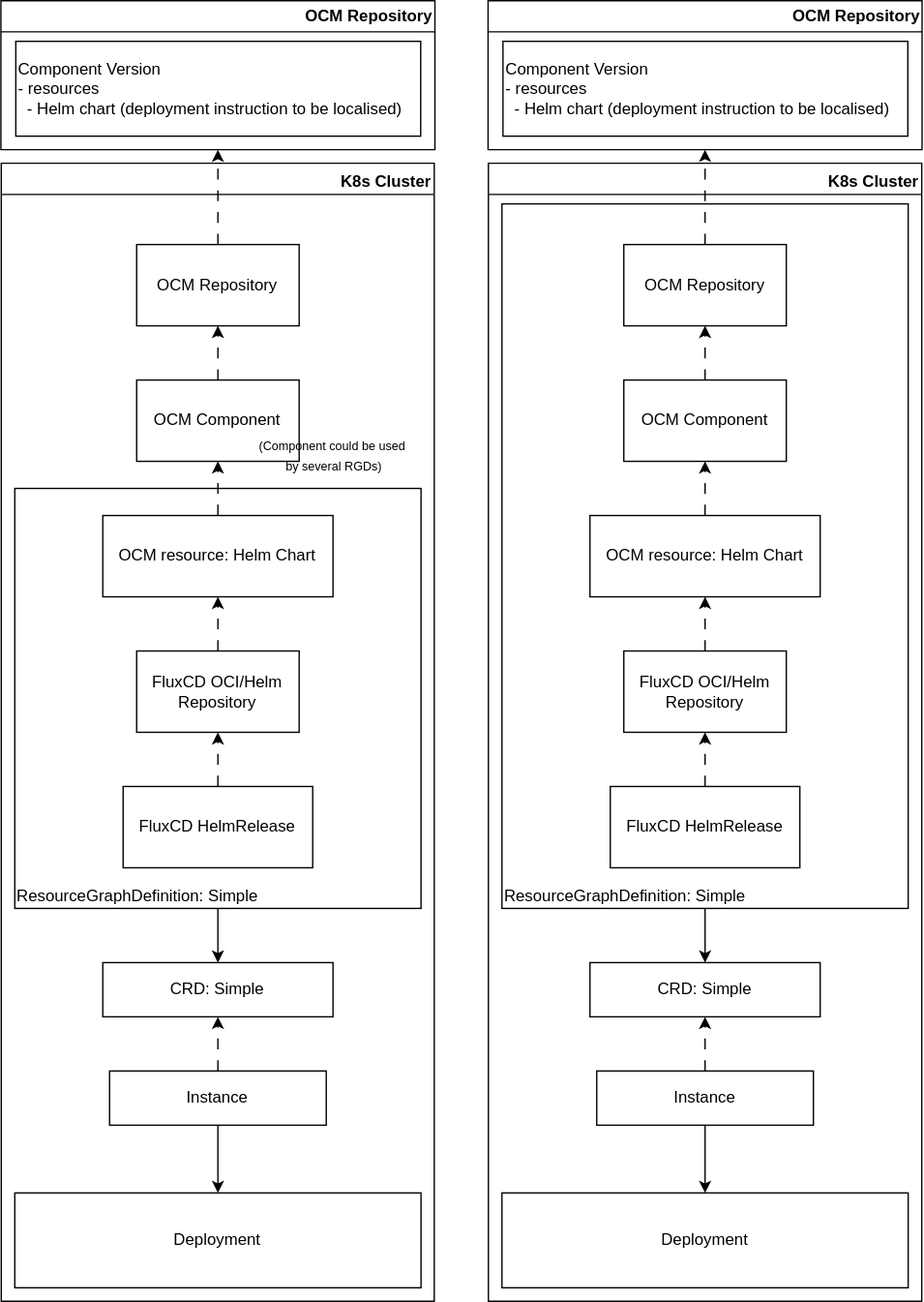
This is docs/assets/ocm-controller-deployer.svg from open-component-model/ocm-k8s-toolkit, a draw.io export, as it was before one commit. Source tidied: cells renumbered, new cells last; positions are measured from the earlier drawing's top-left corner, leaving out a move shared by most shapes.
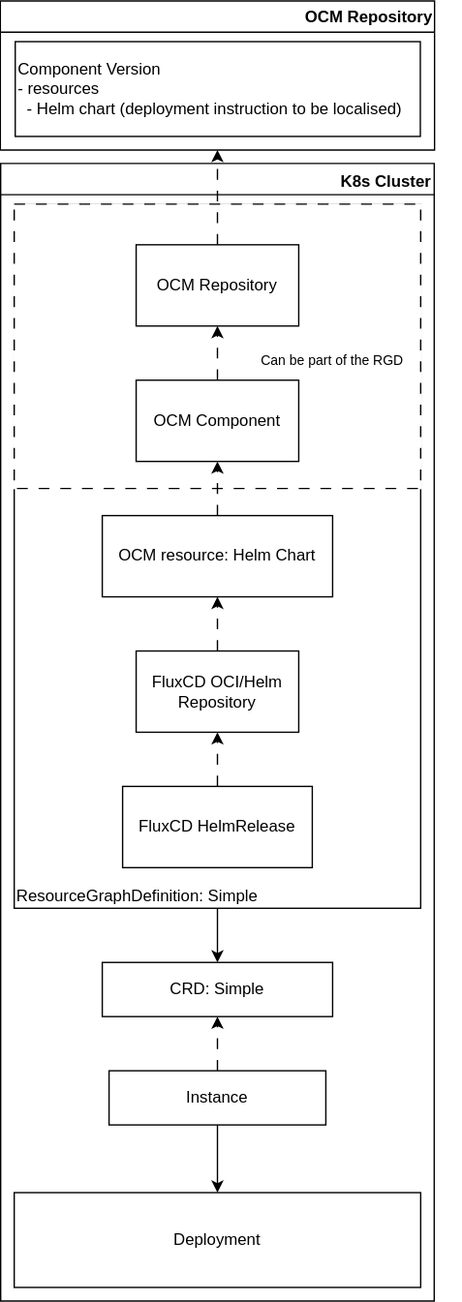
Above is the later version.

Commit message:
simplify simple use case diagram

Change to the diagram source:
```diff
@@ -38,9 +38,6 @@
     <mxCell id="11" value="FluxCD HelmRelease" style="rounded=0;whiteSpace=wrap;html=1;" parent="4" vertex="1">
       <mxGeometry x="90" y="460" width="140" height="60" as="geometry" />
     </mxCell>
-    <mxCell id="12" style="edgeStyle=orthogonalEdgeStyle;rounded=0;jettySize=auto;html=1;entryX=0.5;entryY=1;entryDx=0;entryDy=0;dashed=1;dashPattern=8 8;" parent="4" edge="1" source="13" target="21">
-      <mxGeometry relative="1" as="geometry" />
-    </mxCell>
     <mxCell id="13" value="OCM resource: Helm Chart" style="rounded=0;whiteSpace=wrap;html=1;" parent="4" vertex="1">
       <mxGeometry x="75" y="260" width="170" height="60" as="geometry" />
     </mxCell>
@@ -59,6 +56,12 @@
     <mxCell id="18" value="Instance" style="rounded=0;whiteSpace=wrap;html=1;" parent="4" vertex="1">
       <mxGeometry x="80" y="670" width="160" height="40" as="geometry" />
     </mxCell>
+    <mxCell id="45" style="rounded=0;whiteSpace=wrap;html=1;strokeColor=light-dark(#ffffff, #ededed);" parent="4" vertex="1">
+      <mxGeometry x="10" y="30" width="300" height="210" as="geometry" />
+    </mxCell>
+    <mxCell id="46" style="rounded=0;whiteSpace=wrap;html=1;dashed=1;dashPattern=8 8;" parent="4" vertex="1">
+      <mxGeometry x="10" y="30" width="300" height="210" as="geometry" />
+    </mxCell>
     <mxCell id="19" value="OCM Repository" style="rounded=0;whiteSpace=wrap;html=1;" parent="4" vertex="1">
       <mxGeometry x="100" y="60" width="120" height="60" as="geometry" />
     </mxCell>
@@ -68,80 +71,14 @@
     <mxCell id="21" value="OCM Component" style="rounded=0;whiteSpace=wrap;html=1;" parent="4" vertex="1">
       <mxGeometry x="100" y="160" width="120" height="60" as="geometry" />
     </mxCell>
+    <mxCell id="12" style="edgeStyle=orthogonalEdgeStyle;rounded=0;jettySize=auto;html=1;entryX=0.5;entryY=1;entryDx=0;entryDy=0;dashed=1;dashPattern=8 8;" parent="4" edge="1" source="13" target="21">
+      <mxGeometry relative="1" as="geometry" />
+    </mxCell>
+    <mxCell id="43" value="&lt;font size=&quot;1&quot;&gt;Can be part of the RGD&lt;/font&gt;" style="text;html=1;align=center;verticalAlign=middle;whiteSpace=wrap;rounded=0;" parent="4" vertex="1">
+      <mxGeometry x="150" y="130" width="189.8" height="30" as="geometry" />
+    </mxCell>
     <mxCell id="22" style="edgeStyle=orthogonalEdgeStyle;rounded=0;jettySize=auto;html=1;entryX=0.5;entryY=1;entryDx=0;entryDy=0;dashed=1;dashPattern=8 8;" parent="1" edge="1" source="19" target="2">
       <mxGeometry relative="1" as="geometry" />
     </mxCell>
-    <mxCell id="23" value="OCM Repository" style="swimlane;whiteSpace=wrap;html=1;align=right;" parent="1" vertex="1">
-      <mxGeometry width="320.5" height="110" as="geometry" />
-    </mxCell>
-    <mxCell id="24" value="&lt;div&gt;Component Version&lt;/div&gt;&lt;div&gt;- resources&lt;/div&gt;&lt;div&gt;&amp;nbsp; - Helm chart (deployment instruction to be localised)&lt;/div&gt;" style="rounded=0;whiteSpace=wrap;html=1;align=left;" parent="23" vertex="1">
-      <mxGeometry x="11" y="30" width="299" height="70" as="geometry" />
-    </mxCell>
-    <mxCell id="25" value="K8s Cluster" style="swimlane;whiteSpace=wrap;html=1;verticalAlign=bottom;align=right;" parent="1" vertex="1">
-      <mxGeometry x="0.2" y="120" width="319.8" height="840" as="geometry" />
-    </mxCell>
-    <mxCell id="26" style="edgeStyle=orthogonalEdgeStyle;rounded=0;jettySize=auto;html=1;" parent="25" edge="1" target="28">
-      <mxGeometry relative="1" as="geometry">
-        <mxPoint x="155" y="470" as="sourcePoint" />
-        <Array as="points">
-          <mxPoint x="200" y="470" />
-          <mxPoint x="200" y="340" />
-        </Array>
-      </mxGeometry>
-    </mxCell>
-    <mxCell id="27" style="edgeStyle=orthogonalEdgeStyle;rounded=0;jettySize=auto;html=1;" parent="25" edge="1" source="28" target="35">
-      <mxGeometry relative="1" as="geometry" />
-    </mxCell>
-    <mxCell id="28" value="ResourceGraphDefinition: Simple" style="rounded=0;whiteSpace=wrap;html=1;align=left;verticalAlign=bottom;" parent="25" vertex="1">
-      <mxGeometry x="10" y="240" width="300" height="310" as="geometry" />
-    </mxCell>
-    <mxCell id="29" style="edgeStyle=orthogonalEdgeStyle;rounded=0;jettySize=auto;html=1;dashed=1;dashPattern=8 8;" parent="25" edge="1" source="30" target="34">
-      <mxGeometry relative="1" as="geometry" />
-    </mxCell>
-    <mxCell id="30" value="FluxCD OCI/Helm Repository" style="rounded=0;whiteSpace=wrap;html=1;" parent="25" vertex="1">
-      <mxGeometry x="100" y="360" width="120" height="60" as="geometry" />
-    </mxCell>
-    <mxCell id="31" style="edgeStyle=orthogonalEdgeStyle;rounded=0;jettySize=auto;html=1;exitX=0.5;exitY=0;exitDx=0;exitDy=0;dashed=1;dashPattern=8 8;" parent="25" edge="1" source="32" target="30">
-      <mxGeometry relative="1" as="geometry" />
-    </mxCell>
-    <mxCell id="32" value="FluxCD HelmRelease" style="rounded=0;whiteSpace=wrap;html=1;" parent="25" vertex="1">
-      <mxGeometry x="90" y="460" width="140" height="60" as="geometry" />
-    </mxCell>
-    <mxCell id="33" style="edgeStyle=orthogonalEdgeStyle;rounded=0;jettySize=auto;html=1;entryX=0.5;entryY=1;entryDx=0;entryDy=0;dashed=1;dashPattern=8 8;" parent="25" edge="1" source="34" target="42">
-      <mxGeometry relative="1" as="geometry" />
-    </mxCell>
-    <mxCell id="34" value="OCM resource: Helm Chart" style="rounded=0;whiteSpace=wrap;html=1;" parent="25" vertex="1">
-      <mxGeometry x="75" y="260" width="170" height="60" as="geometry" />
-    </mxCell>
-    <mxCell id="35" value="CRD: Simple" style="rounded=0;whiteSpace=wrap;html=1;" parent="25" vertex="1">
-      <mxGeometry x="75" y="590" width="170" height="40" as="geometry" />
-    </mxCell>
-    <mxCell id="36" value="Deployment" style="rounded=0;whiteSpace=wrap;html=1;" parent="25" vertex="1">
-      <mxGeometry x="10" y="760" width="300" height="70" as="geometry" />
-    </mxCell>
-    <mxCell id="37" style="edgeStyle=orthogonalEdgeStyle;rounded=0;jettySize=auto;html=1;entryX=0.5;entryY=0;entryDx=0;entryDy=0;" parent="25" edge="1" source="39" target="36">
-      <mxGeometry relative="1" as="geometry" />
-    </mxCell>
-    <mxCell id="38" style="edgeStyle=orthogonalEdgeStyle;rounded=0;jettySize=auto;html=1;entryX=0.5;entryY=1;entryDx=0;entryDy=0;dashed=1;dashPattern=8 8;" parent="25" edge="1" source="39" target="35">
-      <mxGeometry relative="1" as="geometry" />
-    </mxCell>
-    <mxCell id="39" value="Instance" style="rounded=0;whiteSpace=wrap;html=1;" parent="25" vertex="1">
-      <mxGeometry x="80" y="670" width="160" height="40" as="geometry" />
-    </mxCell>
-    <mxCell id="40" value="OCM Repository" style="rounded=0;whiteSpace=wrap;html=1;" parent="25" vertex="1">
-      <mxGeometry x="100" y="60" width="120" height="60" as="geometry" />
-    </mxCell>
-    <mxCell id="41" style="edgeStyle=orthogonalEdgeStyle;rounded=0;jettySize=auto;html=1;dashed=1;dashPattern=8 8;" parent="25" edge="1" source="42" target="40">
-      <mxGeometry relative="1" as="geometry" />
-    </mxCell>
-    <mxCell id="42" value="OCM Component" style="rounded=0;whiteSpace=wrap;html=1;" parent="25" vertex="1">
-      <mxGeometry x="100" y="160" width="120" height="60" as="geometry" />
-    </mxCell>
-    <mxCell id="43" value="&lt;font style=&quot;font-size: 9px;&quot;&gt;(Component could be used&lt;/font&gt;&lt;div&gt;&lt;font style=&quot;font-size: 9px;&quot;&gt;&amp;nbsp;by several RGDs)&lt;/font&gt;&lt;/div&gt;" style="text;html=1;align=center;verticalAlign=middle;whiteSpace=wrap;rounded=0;" parent="25" vertex="1">
-      <mxGeometry x="149.8" y="200" width="189.8" height="30" as="geometry" />
-    </mxCell>
-    <mxCell id="44" style="edgeStyle=orthogonalEdgeStyle;rounded=0;jettySize=auto;html=1;entryX=0.5;entryY=1;entryDx=0;entryDy=0;dashed=1;dashPattern=8 8;" parent="1" edge="1" source="40" target="23">
-      <mxGeometry relative="1" as="geometry" />
-    </mxCell>
   </root>
 </mxGraphModel>
```
